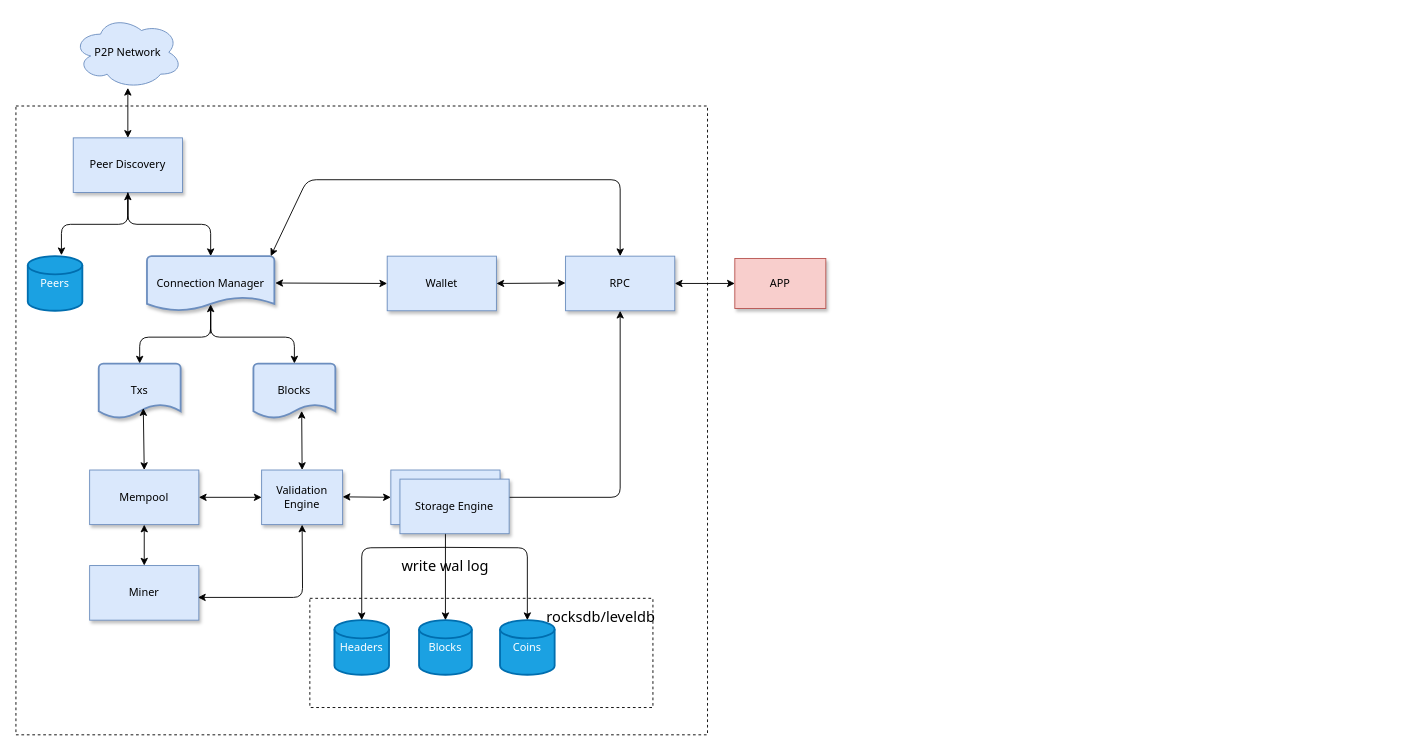
Above: doc/binlog设计.drawio in jackjoesh/databend (draw.io), before the change. Source tidied: cells renumbered, new cells numbered last; positions are measured from the earlier drawing's top-left corner, leaving out a move shared by most shapes. Both pictures are drawn from the tidied source at 91%, with x=0, y=0 at pixel (15, 15). Pictures stored in the file or linked from it are replaced by grey dashed boxes.
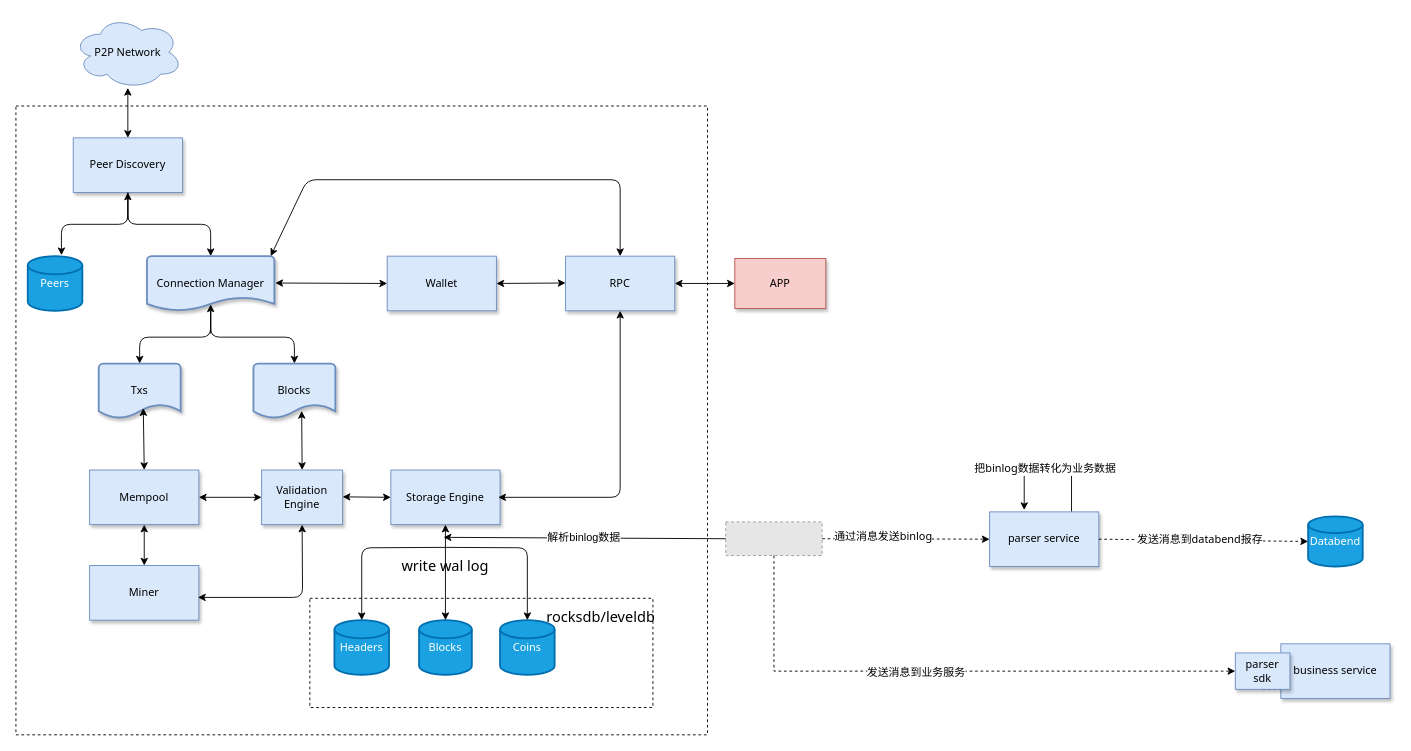
The same page after the edit.

The edit, as a diff of the source:
```diff
@@
+    <mxCell id="44" style="edgeStyle=orthogonalEdgeStyle;rounded=0;orthogonalLoop=1;jettySize=auto;html=1;exitX=0.75;exitY=0;exitDx=0;exitDy=0;entryX=0.317;entryY=-0.033;entryDx=0;entryDy=0;entryPerimeter=0;fontFamily=Tahoma;" parent="1" edge="1" source="43" target="43">
+      <mxGeometry relative="1" as="geometry">
+        <Array as="points">
+          <mxPoint x="1160" y="500" />
+          <mxPoint x="1108" y="500" />
+        </Array>
+      </mxGeometry>
+    </mxCell>
+    <mxCell id="45" value="把binlog数据转化为业务数据" style="edgeLabel;html=1;align=center;verticalAlign=middle;fontSize=12;fontFamily=Tahoma;" parent="44" vertex="1">
+      <mxGeometry x="0.07" y="-3" relative="1" as="geometry" />
+    </mxCell>
-    <mxCell id="43" value="Storage Engine" style="rounded=0;whiteSpace=wrap;html=1;fillColor=#dae8fc;strokeColor=#6c8ebf;shadow=1;fontFamily=Tahoma;" parent="1" vertex="1">
-      <mxGeometry x="422" y="509" width="120" height="60" as="geometry" />
+    <mxCell id="43" value="parser service" style="rounded=0;whiteSpace=wrap;html=1;fillColor=#dae8fc;strokeColor=#6c8ebf;shadow=1;fontFamily=Tahoma;" parent="1" vertex="1">
+      <mxGeometry x="1070" y="545" width="120" height="60" as="geometry" />
     </mxCell>
+    <mxCell id="46" value="business service" style="rounded=0;whiteSpace=wrap;html=1;fillColor=#dae8fc;strokeColor=#6c8ebf;shadow=1;fontFamily=Tahoma;" parent="1" vertex="1">
+      <mxGeometry x="1390" y="690" width="120" height="60" as="geometry" />
+    </mxCell>
+    <mxCell id="47" value="Databend" style="strokeWidth=2;html=1;shape=mxgraph.flowchart.database;whiteSpace=wrap;fillColor=#1ba1e2;fontColor=#ffffff;strokeColor=#006EAF;fontFamily=Tahoma;" parent="1" vertex="1">
+      <mxGeometry x="1420" y="550" width="60" height="55" as="geometry" />
+    </mxCell>
+    <mxCell id="48" style="edgeStyle=orthogonalEdgeStyle;rounded=0;jettySize=auto;html=1;exitX=0.5;exitY=1;exitDx=0;exitDy=0;entryX=0;entryY=0.5;entryDx=0;entryDy=0;dashed=1;fontFamily=Tahoma;" parent="1" edge="1" source="58" target="46">
+      <mxGeometry relative="1" as="geometry" />
+    </mxCell>
+    <mxCell id="49" style="fillColor=#E6E6E6;strokeColor=#999999;dashed=1;verticalLabelPosition=bottom;labelBackgroundColor=default;verticalAlign=top;" parent="1" vertex="1">
+      <mxGeometry x="780" y="556" width="106" height="37" as="geometry" />
+    </mxCell>
+    <mxCell id="50" style="endArrow=classic;html=1;rounded=0;exitX=0;exitY=0.5;exitDx=0;exitDy=0;" parent="1" edge="1" source="49">
+      <mxGeometry relative="1" as="geometry">
+        <mxPoint x="470" y="573" as="targetPoint" />
+      </mxGeometry>
+    </mxCell>
+    <mxCell id="51" value="解析binlog数据" style="edgeLabel;html=1;align=center;verticalAlign=middle;fontSize=12;" parent="50" vertex="1">
+      <mxGeometry x="0.01" relative="1" as="geometry" />
+    </mxCell>
+    <mxCell id="52" style="endArrow=classic;html=1;rounded=0;entryX=0;entryY=0.5;entryDx=0;entryDy=0;exitX=1;exitY=0.5;exitDx=0;exitDy=0;dashed=1;fontFamily=Tahoma;" parent="1" edge="1" source="49" target="43">
+      <mxGeometry relative="1" as="geometry" />
+    </mxCell>
+    <mxCell id="53" value="通过消息发送binlog" style="edgeLabel;html=1;align=center;verticalAlign=middle;fontSize=12;fontFamily=Tahoma;" parent="52" vertex="1">
+      <mxGeometry x="-0.28" y="3" relative="1" as="geometry" />
+    </mxCell>
+    <mxCell id="54" style="endArrow=classic;html=1;rounded=0;entryX=0;entryY=0.5;entryDx=0;entryDy=0;entryPerimeter=0;exitX=1;exitY=0.5;exitDx=0;exitDy=0;dashed=1;fontFamily=Tahoma;" parent="1" edge="1" source="43" target="47">
+      <mxGeometry relative="1" as="geometry" />
+    </mxCell>
+    <mxCell id="55" value="发送消息到databend报存" style="edgeLabel;html=1;align=center;verticalAlign=middle;fontSize=12;fontFamily=Tahoma;" parent="54" vertex="1">
+      <mxGeometry x="-0.04" y="2" relative="1" as="geometry">
+        <mxPoint y="1" as="offset" />
+      </mxGeometry>
+    </mxCell>
+    <mxCell id="56" style="edgeStyle=orthogonalEdgeStyle;rounded=0;jettySize=auto;html=1;exitX=0.5;exitY=1;exitDx=0;exitDy=0;entryX=0;entryY=0.5;entryDx=0;entryDy=0;dashed=1;fontFamily=Tahoma;" parent="1" edge="1" source="49" target="58">
+      <mxGeometry relative="1" as="geometry" />
+    </mxCell>
+    <mxCell id="57" value="发送消息到业务服务" style="edgeLabel;html=1;align=center;verticalAlign=middle;fontSize=12;fontFamily=Tahoma;" parent="56" vertex="1">
+      <mxGeometry x="-0.11" relative="1" as="geometry">
+        <mxPoint y="1" as="offset" />
+      </mxGeometry>
+    </mxCell>
+    <mxCell id="58" value="parser sdk" style="rounded=0;whiteSpace=wrap;html=1;fillColor=#dae8fc;strokeColor=#6c8ebf;shadow=1;fontFamily=Tahoma;" parent="1" vertex="1">
+      <mxGeometry x="1340" y="700" width="60" height="40" as="geometry" />
+    </mxCell>
```
